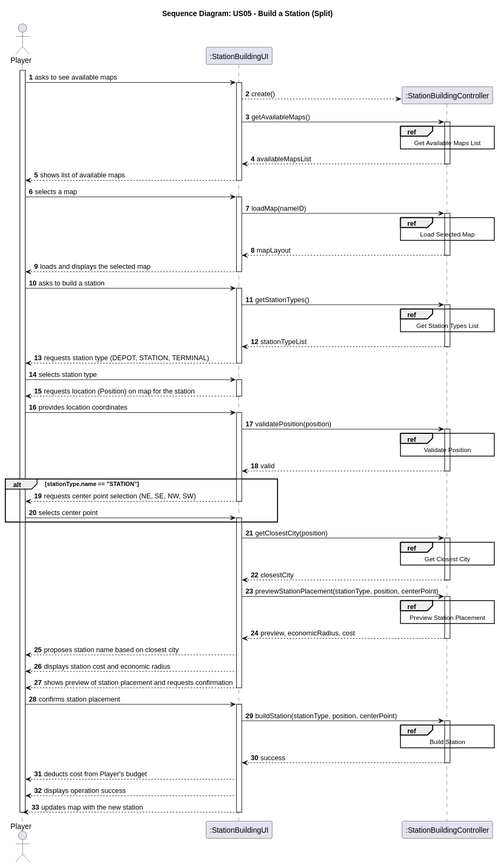
Before: docs/system-documentation/Sprint 2/US05/03.design/svg/US05-SD-split-Sequence_Diagram.svg, a diagram exported from PlantUML (HenriqueSilva18/Railway-Network-Simulator). The source it was exported from:
```plantuml
@startuml
skinparam packageStyle rectangle
skinparam shadowing false

autonumber

title Sequence Diagram: US05 - Build a Station (Split)

actor "Player" as PLAYER
participant ":StationBuildingUI" as UI
participant ":StationBuildingController" as CTRL


activate PLAYER

    PLAYER -> UI : asks to see available maps
    activate UI
        UI --> CTRL** : create()
        UI -> CTRL : getAvailableMaps()

        ref over CTRL
            Get Available Maps List
        end ref

        activate CTRL
            CTRL --> UI : availableMapsList
        deactivate CTRL

        UI --> PLAYER : shows list of available maps
    deactivate UI

    PLAYER -> UI : selects a map
    activate UI
        UI -> CTRL : loadMap(nameID)

        ref over CTRL
            Load Selected Map
        end ref

        activate CTRL
            CTRL --> UI : mapLayout
        deactivate CTRL

        UI --> PLAYER : loads and displays the selected map
    deactivate UI

    PLAYER -> UI : asks to build a station
    activate UI
        UI -> CTRL : getStationTypes()

        ref over CTRL
            Get Station Types List
        end ref

        activate CTRL
            CTRL --> UI : stationTypeList
        deactivate CTRL

        UI --> PLAYER : requests station type (DEPOT, STATION, TERMINAL)
    deactivate UI

    PLAYER -> UI : selects station type
    activate UI
        UI --> PLAYER : requests location (Position) on map for the station
    deactivate UI

    PLAYER -> UI : provides location coordinates
    activate UI
        UI -> CTRL : validatePosition(position)

        ref over CTRL
            Validate Position
        end ref

        activate CTRL
            CTRL --> UI : valid
        deactivate CTRL

        alt stationType.name == "STATION"
            UI --> PLAYER : requests center point selection (NE, SE, NW, SW)
            deactivate UI

            PLAYER -> UI : selects center point
            activate UI
        end

        UI -> CTRL : getClosestCity(position)

        ref over CTRL
            Get Closest City
        end ref

        activate CTRL
            CTRL --> UI : closestCity
        deactivate CTRL

        UI -> CTRL : previewStationPlacement(stationType, position, centerPoint)

        ref over CTRL
            Preview Station Placement
        end ref

        activate CTRL
            CTRL --> UI : preview, economicRadius, cost
        deactivate CTRL

        UI --> PLAYER : proposes station name based on closest city
        UI --> PLAYER : displays station cost and economic radius
        UI --> PLAYER : shows preview of station placement and requests confirmation
    deactivate UI

    PLAYER -> UI : confirms station placement
    activate UI
        UI -> CTRL : buildStation(stationType, position, centerPoint)

        ref over CTRL
            Build Station
        end ref

        activate CTRL
            CTRL --> UI : success
        deactivate CTRL

        UI --> PLAYER : deducts cost from Player's budget
        UI --> PLAYER : displays operation success
        UI --> PLAYER : updates map with the new station
    deactivate UI

deactivate PLAYER
@enduml
```
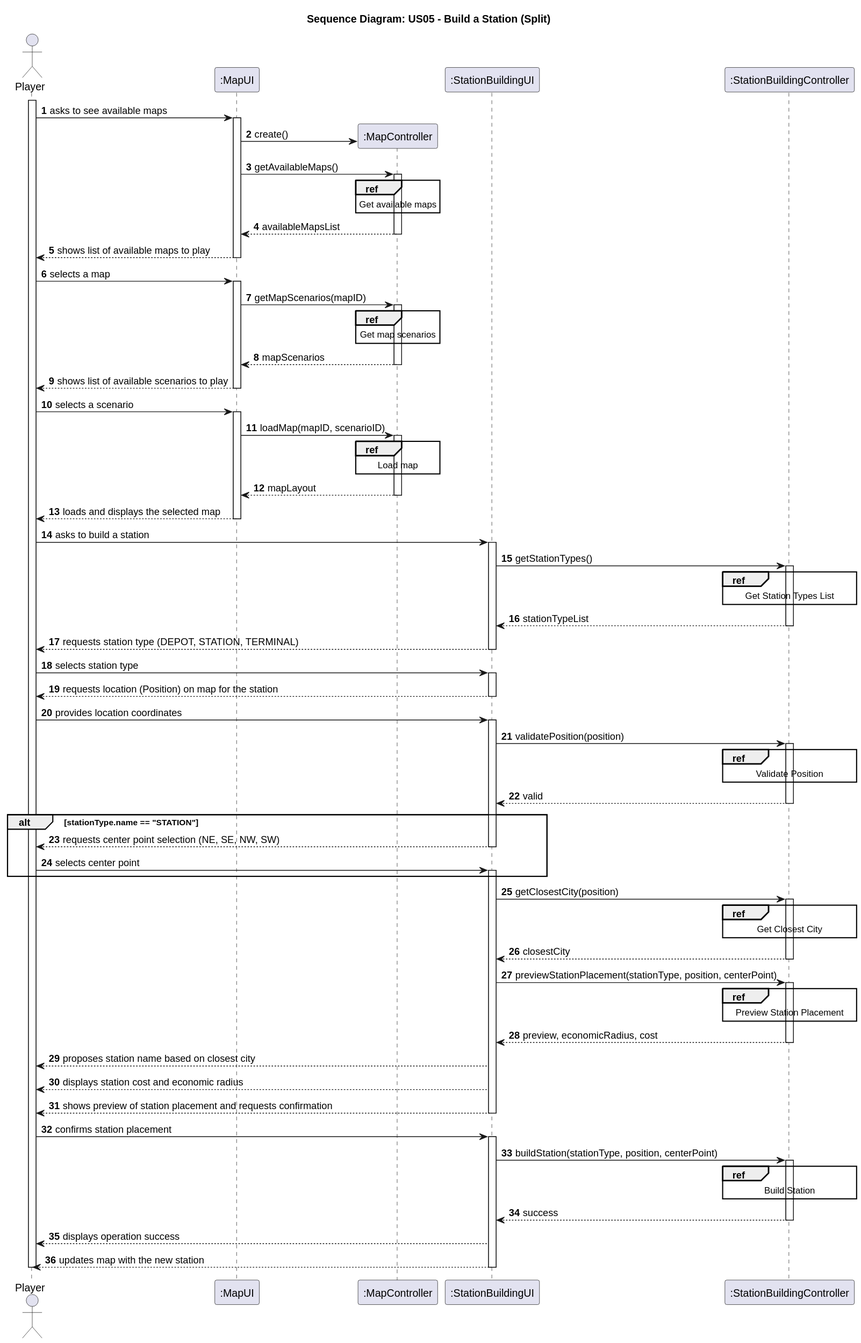
Above is the later version.

Diff of the diagram source:
```diff
@@ -7,42 +7,50 @@
 title Sequence Diagram: US05 - Build a Station (Split)
 
 actor "Player" as PLAYER
+participant ":MapUI" as mapUI
+participant ":MapController" as mapCTRL
 participant ":StationBuildingUI" as UI
 participant ":StationBuildingController" as CTRL
 
 
 activate PLAYER
 
-    PLAYER -> UI : asks to see available maps
-    activate UI
-        UI --> CTRL** : create()
-        UI -> CTRL : getAvailableMaps()
+    PLAYER -> mapUI: asks to see available maps
+        activate mapUI
+        mapUI -> mapCTRL**: create()
+        mapUI -> mapCTRL: getAvailableMaps()
+            activate mapCTRL
+                ref over mapCTRL
+                    Get available maps
+                end
+            mapCTRL --> mapUI: availableMapsList
+            deactivate mapCTRL
+        mapUI --> PLAYER: shows list of available maps to play
+        deactivate mapUI
 
-        ref over CTRL
-            Get Available Maps List
-        end ref
+    PLAYER -> mapUI: selects a map
+        activate mapUI
+        mapUI -> mapCTRL: getMapScenarios(mapID)
+            activate mapCTRL
+                ref over mapCTRL
+                    Get map scenarios
+                end
+            mapCTRL --> mapUI: mapScenarios
+            deactivate mapCTRL
+        mapUI --> PLAYER: shows list of available scenarios to play
+        deactivate mapUI
+    PLAYER -> mapUI: selects a scenario
 
-        activate CTRL
-            CTRL --> UI : availableMapsList
-        deactivate CTRL
-
-        UI --> PLAYER : shows list of available maps
-    deactivate UI
-
-    PLAYER -> UI : selects a map
-    activate UI
-        UI -> CTRL : loadMap(nameID)
-
-        ref over CTRL
-            Load Selected Map
-        end ref
-
-        activate CTRL
-            CTRL --> UI : mapLayout
-        deactivate CTRL
-
-        UI --> PLAYER : loads and displays the selected map
-    deactivate UI
+        activate mapUI
+        mapUI -> mapCTRL: loadMap(mapID, scenarioID)
+            activate mapCTRL
+                ref over mapCTRL
+                    Load map
+                end
+            mapCTRL --> mapUI: mapLayout
+            deactivate mapCTRL
+        mapUI --> PLAYER: loads and displays the selected map
+        deactivate mapUI
 
     PLAYER -> UI : asks to build a station
     activate UI
@@ -121,7 +129,6 @@
             CTRL --> UI : success
         deactivate CTRL
 
-        UI --> PLAYER : deducts cost from Player's budget
         UI --> PLAYER : displays operation success
         UI --> PLAYER : updates map with the new station
     deactivate UI
```
